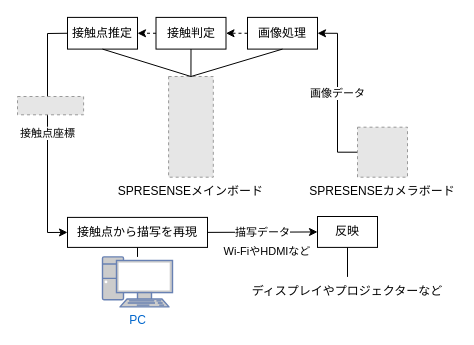
ryosuzaki/Sensing-Solution-2020 keeps this draw.io diagram as 名称未設定ファイル.drawio. Above is the earlier version. Source tidied: cells renumbered, new cells numbered last; positions are measured from the earlier drawing's top-left corner, leaving out a move shared by most shapes. Both pictures are drawn from the tidied source at 100%, with x=0, y=0 at pixel (17, 17). Pictures stored in the file or linked from it are replaced by grey dashed boxes.
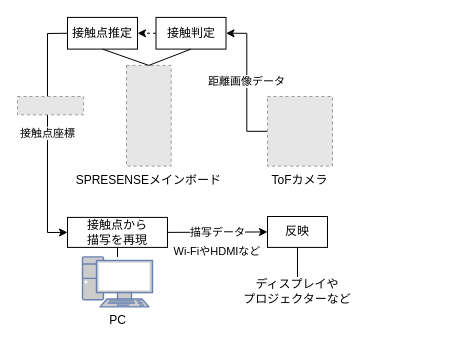
The same page after the edit.

Commit message:
名称未設定ファイル.drawio を更新します

Unchanged cells that the change refers to:
```xml
<mxCell id="7" value="接触判定" style="rounded=0;whiteSpace=wrap;html=1;" parent="1" vertex="1">
  <mxGeometry x="138.5" y="-0.1" width="70" height="31.7" as="geometry" />
</mxCell>
```

Change to the diagram source:
```diff
@@
     <mxCell id="2" value="SPRESENSEメインボード" style="fillColor=#E6E6E6;strokeColor=#999999;dashed=1;verticalLabelPosition=bottom;labelBackgroundColor=default;verticalAlign=top;" parent="1" vertex="1">
-      <mxGeometry x="151.1" y="59" width="44.7" height="100.7" as="geometry" />
+      <mxGeometry x="109" y="47.9" width="44.7" height="100.7" as="geometry" />
     </mxCell>
-    <mxCell id="3" value="画像データ" style="edgeStyle=orthogonalEdgeStyle;rounded=0;jettySize=auto;html=1;exitX=0;exitY=0.5;exitDx=0;exitDy=0;entryX=1;entryY=0.5;entryDx=0;entryDy=0;" parent="1" edge="1" source="4" target="5">
+    <mxCell id="3" value="距離画像データ" style="edgeStyle=orthogonalEdgeStyle;rounded=0;jettySize=auto;html=1;exitX=0;exitY=0.5;exitDx=0;exitDy=0;entryX=1;entryY=0.5;entryDx=0;entryDy=0;" parent="1" edge="1" source="23" target="7">
       <mxGeometry relative="1" as="geometry" />
     </mxCell>
-    <mxCell id="4" value="SPRESENSEカメラボード" style="fillColor=#E6E6E6;strokeColor=#999999;dashed=1;verticalLabelPosition=bottom;labelBackgroundColor=default;verticalAlign=top;" parent="1" vertex="1">
-      <mxGeometry x="340" y="109.7" width="50" height="50" as="geometry" />
-    </mxCell>
-    <mxCell id="5" value="画像処理" style="rounded=0;whiteSpace=wrap;html=1;" parent="1" vertex="1">
-      <mxGeometry x="230" y="-0.1" width="70" height="31.7" as="geometry" />
-    </mxCell>
@@
-    <mxCell id="8" style="endArrow=classic;html=1;rounded=0;dashed=1;exitX=0;exitY=0.5;exitDx=0;exitDy=0;entryX=1;entryY=0.5;entryDx=0;entryDy=0;" parent="1" edge="1" source="5" target="7">
-      <mxGeometry relative="1" as="geometry" />
-    </mxCell>
@@
-    <mxCell id="12" style="endArrow=none;html=1;rounded=0;exitX=0.5;exitY=1;exitDx=0;exitDy=0;entryX=0.5;entryY=0;entryDx=0;entryDy=0;" parent="1" edge="1" source="5" target="2">
-      <mxGeometry relative="1" as="geometry" />
-    </mxCell>
@@
-    <mxCell id="15" value="接触点から描写を再現" style="rounded=0;whiteSpace=wrap;html=1;" parent="1" vertex="1">
-      <mxGeometry x="50" y="199.9" width="140" height="30" as="geometry" />
+    <mxCell id="15" value="接触点から&lt;br&gt;描写を再現" style="rounded=0;whiteSpace=wrap;html=1;" parent="1" vertex="1">
+      <mxGeometry x="50" y="199.9" width="100" height="30" as="geometry" />
     </mxCell>
-    <mxCell id="16" value="PC" style="fontColor=#0066CC;verticalAlign=top;verticalLabelPosition=bottom;labelPosition=center;align=center;html=1;outlineConnect=0;fillColor=#CCCCCC;strokeColor=#6881B3;gradientColor=none;gradientDirection=north;strokeWidth=2;shape=mxgraph.networks.pc;" parent="1" vertex="1">
-      <mxGeometry x="85" y="239.4" width="70" height="50" as="geometry" />
+    <mxCell id="16" value="&lt;font color=&quot;#000000&quot;&gt;PC&lt;/font&gt;" style="fontColor=#0066CC;verticalAlign=top;verticalLabelPosition=bottom;labelPosition=center;align=center;html=1;outlineConnect=0;fillColor=#CCCCCC;strokeColor=#6881B3;gradientColor=none;gradientDirection=north;strokeWidth=2;shape=mxgraph.networks.pc;" parent="1" vertex="1">
+      <mxGeometry x="65" y="239.4" width="70" height="50" as="geometry" />
     </mxCell>
@@
     <mxCell id="18" value="反映" style="rounded=0;whiteSpace=wrap;html=1;" parent="1" vertex="1">
-      <mxGeometry x="300" y="199" width="60" height="30.9" as="geometry" />
+      <mxGeometry x="250" y="199" width="60" height="30.9" as="geometry" />
     </mxCell>
@@
-    <mxCell id="21" value="ディスプレイやプロジェクターなど" style="text;html=1;strokeColor=none;fillColor=none;align=center;verticalAlign=middle;whiteSpace=wrap;rounded=0;" parent="1" vertex="1">
-      <mxGeometry x="225" y="259.4" width="210" height="30" as="geometry" />
+    <mxCell id="21" value="ディスプレイや&lt;br&gt;プロジェクターなど" style="text;html=1;strokeColor=none;fillColor=none;align=center;verticalAlign=middle;whiteSpace=wrap;rounded=0;" parent="1" vertex="1">
+      <mxGeometry x="175" y="259.4" width="210" height="30" as="geometry" />
     </mxCell>
     <mxCell id="22" value="&lt;span style=&quot;font-size: 11px;&quot;&gt;Wi-Fiや&lt;/span&gt;&lt;span style=&quot;font-size: 11px;&quot;&gt;HDMIなど&lt;/span&gt;" style="text;html=1;strokeColor=none;fillColor=none;align=center;verticalAlign=middle;whiteSpace=wrap;rounded=0;labelBackgroundColor=none;" parent="1" vertex="1">
-      <mxGeometry x="200" y="219" width="100" height="30" as="geometry" />
+      <mxGeometry x="150" y="219" width="100" height="30" as="geometry" />
     </mxCell>
+    <mxCell id="23" value="ToFカメラ" style="fillColor=#E6E6E6;strokeColor=#999999;dashed=1;verticalLabelPosition=bottom;labelBackgroundColor=default;verticalAlign=top;" parent="1" vertex="1">
+      <mxGeometry x="250" y="79" width="65" height="69.6" as="geometry" />
+    </mxCell>
```
